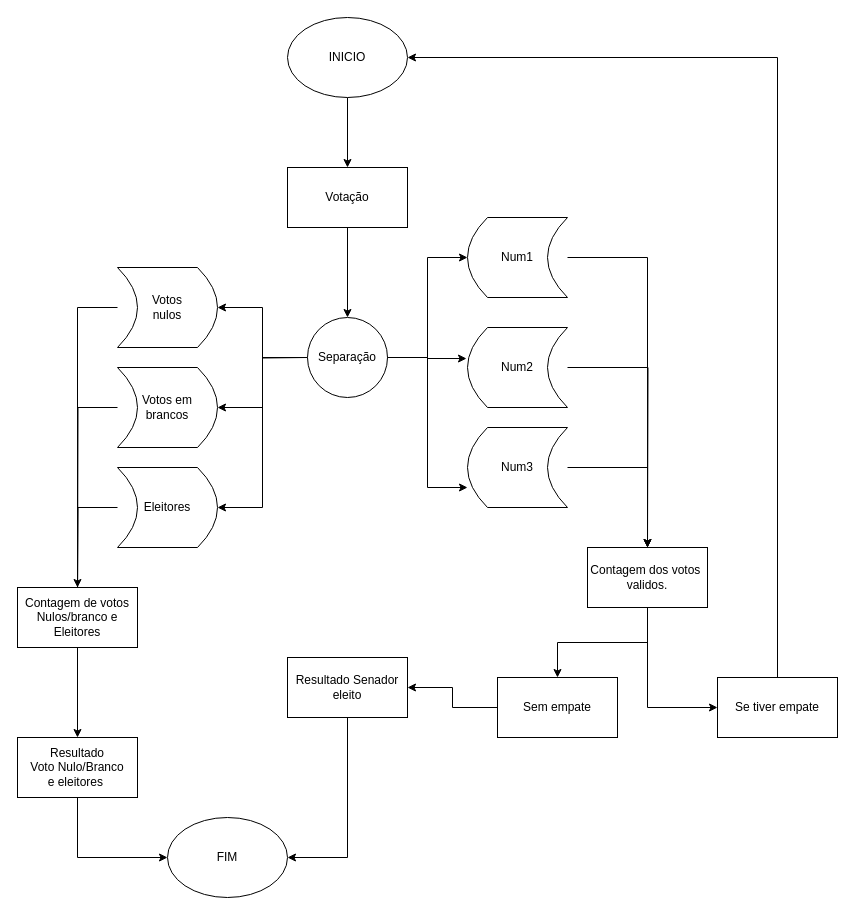
The draw.io diagram Diagrama sem nome.drawio in Niel0000/aprendizagem, before the edit. Source tidied: cells renumbered, new cells numbered last; positions are measured from the earlier drawing's top-left corner, leaving out a move shared by most shapes. Both pictures are drawn from the tidied source at 100%, with x=0, y=0 at pixel (17, 17).
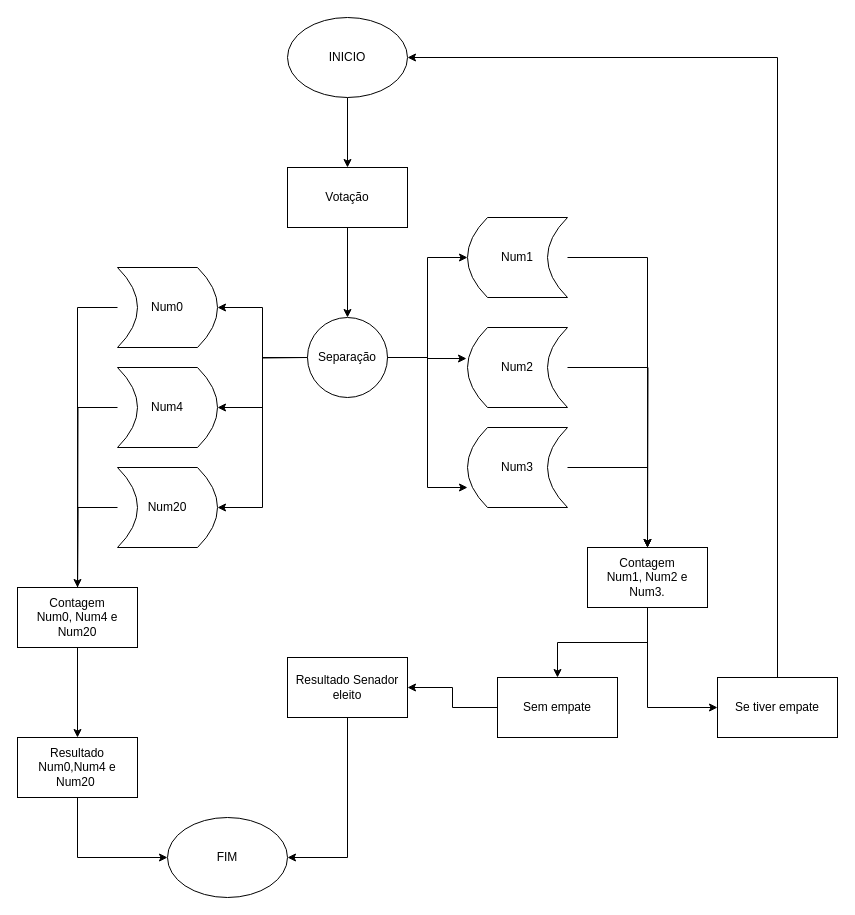
Above is the later version.

The edit, as a diff of the source:
```diff
@@
-    <mxCell id="20" value="Votos em&lt;div&gt;brancos&lt;/div&gt;" style="shape=dataStorage;whiteSpace=wrap;html=1;fixedSize=1;direction=west;" parent="1" vertex="1">
+    <mxCell id="20" value="Num4" style="shape=dataStorage;whiteSpace=wrap;html=1;fixedSize=1;direction=west;" parent="1" vertex="1">
       <mxGeometry x="100" y="350" width="100" height="80" as="geometry" />
     </mxCell>
@@
-    <mxCell id="22" value="Votos&lt;div&gt;nulos&lt;/div&gt;" style="shape=dataStorage;whiteSpace=wrap;html=1;fixedSize=1;direction=west;" parent="1" vertex="1">
+    <mxCell id="22" value="Num0" style="shape=dataStorage;whiteSpace=wrap;html=1;fixedSize=1;direction=west;" parent="1" vertex="1">
       <mxGeometry x="100" y="250" width="100" height="80" as="geometry" />
     </mxCell>
@@
-    <mxCell id="24" value="Eleitores" style="shape=dataStorage;whiteSpace=wrap;html=1;fixedSize=1;direction=west;" parent="1" vertex="1">
+    <mxCell id="24" value="Num20" style="shape=dataStorage;whiteSpace=wrap;html=1;fixedSize=1;direction=west;" parent="1" vertex="1">
       <mxGeometry x="100" y="450" width="100" height="80" as="geometry" />
     </mxCell>
@@
-    <mxCell id="27" value="Contagem dos votos&amp;nbsp;&lt;div&gt;validos.&lt;/div&gt;" style="rounded=0;whiteSpace=wrap;html=1;" parent="1" vertex="1">
+    <mxCell id="27" value="Contagem&lt;div&gt;&lt;span style=&quot;background-color: transparent; color: light-dark(rgb(0, 0, 0), rgb(255, 255, 255));&quot;&gt;Num1, Num2 e Num3.&lt;/span&gt;&lt;/div&gt;" style="rounded=0;whiteSpace=wrap;html=1;" parent="1" vertex="1">
       <mxGeometry x="570" y="530" width="120" height="60" as="geometry" />
     </mxCell>
@@
-    <mxCell id="29" value="Contagem de votos&lt;div&gt;Nulos/branco e&lt;/div&gt;&lt;div&gt;Eleitores&lt;/div&gt;" style="rounded=0;whiteSpace=wrap;html=1;" parent="1" vertex="1">
+    <mxCell id="29" value="Contagem&lt;div&gt;Num0, Num4 e Num20&lt;/div&gt;" style="rounded=0;whiteSpace=wrap;html=1;" parent="1" vertex="1">
       <mxGeometry y="570" width="120" height="60" as="geometry" />
     </mxCell>
@@
-    <mxCell id="33" value="Resultado&lt;div&gt;Voto Nulo/Branco&lt;/div&gt;&lt;div&gt;e eleitores&amp;nbsp;&lt;/div&gt;" style="rounded=0;whiteSpace=wrap;html=1;" parent="1" vertex="1">
+    <mxCell id="33" value="Resultado&lt;div&gt;&lt;span style=&quot;background-color: transparent; color: light-dark(rgb(0, 0, 0), rgb(255, 255, 255));&quot;&gt;Num0,Num4 e&lt;/span&gt;&lt;/div&gt;&lt;div&gt;&lt;span style=&quot;background-color: transparent; color: light-dark(rgb(0, 0, 0), rgb(255, 255, 255));&quot;&gt;Num20&amp;nbsp;&lt;/span&gt;&lt;/div&gt;" style="rounded=0;whiteSpace=wrap;html=1;" parent="1" vertex="1">
       <mxGeometry y="720" width="120" height="60" as="geometry" />
     </mxCell>
```
